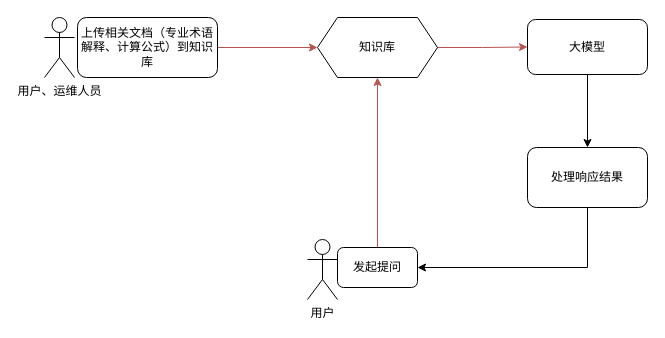
Earlier version of the draw.io diagram 基于知识库的提问流程优化.drawio (15973217290/my_rep01). Source tidied: cells renumbered, new cells numbered last; positions are measured from the earlier drawing's top-left corner, leaving out a move shared by most shapes. Both pictures are drawn from the tidied source at 100%, with x=0, y=0 at pixel (44, 17).
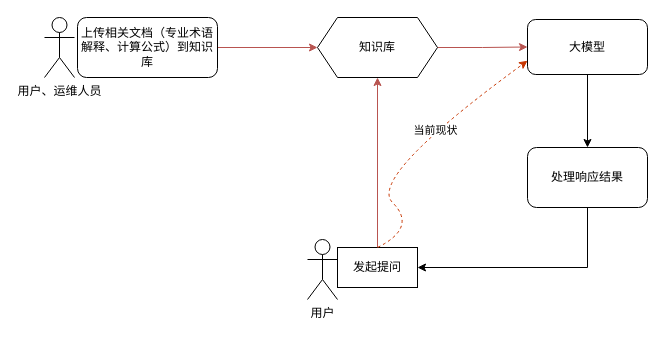
After the change.

Commit message (it also covers changes not shown here):
更新基于知识库的提问流程优化.drawio

What changed in the source:
```diff
@@
 <mxGraphModel>
   <root>
     <mxCell id="0" />
     <mxCell id="1" parent="0" />
     <mxCell id="2" style="edgeStyle=orthogonalEdgeStyle;rounded=0;jettySize=auto;html=1;exitX=1;exitY=0.5;exitDx=0;exitDy=0;entryX=0;entryY=0.5;entryDx=0;entryDy=0;fillColor=#f8cecc;strokeColor=#b85450;" parent="1" edge="1" source="3" target="8">
       <mxGeometry relative="1" as="geometry" />
     </mxCell>
     <mxCell id="3" value="上传相关文档（专业术语解释、计算公式）到知识库" style="rounded=1;whiteSpace=wrap;html=1;fontSize=12;glass=0;strokeWidth=1;shadow=0;" parent="1" vertex="1">
       <mxGeometry x="33" width="140" height="60" as="geometry" />
     </mxCell>
     <mxCell id="4" style="edgeStyle=orthogonalEdgeStyle;rounded=0;jettySize=auto;html=1;exitX=0.5;exitY=1;exitDx=0;exitDy=0;entryX=0.5;entryY=0;entryDx=0;entryDy=0;" parent="1" edge="1" source="5" target="13">
       <mxGeometry relative="1" as="geometry" />
     </mxCell>
     <mxCell id="5" value="大模型" style="rounded=1;whiteSpace=wrap;html=1;fontSize=12;glass=0;strokeWidth=1;shadow=0;" parent="1" vertex="1">
       <mxGeometry x="483" y="2" width="120" height="55" as="geometry" />
     </mxCell>
     <mxCell id="6" value="用户、运维人员" style="shape=umlActor;verticalLabelPosition=bottom;verticalAlign=top;html=1;" parent="1" vertex="1">
       <mxGeometry width="30" height="60" as="geometry" />
     </mxCell>
     <mxCell id="7" style="edgeStyle=orthogonalEdgeStyle;rounded=0;jettySize=auto;html=1;exitX=1;exitY=0.5;exitDx=0;exitDy=0;entryX=0;entryY=0.5;entryDx=0;entryDy=0;fillColor=#f8cecc;strokeColor=#b85450;" parent="1" edge="1" source="8" target="5">
       <mxGeometry relative="1" as="geometry" />
     </mxCell>
     <mxCell id="8" value="知识库" style="shape=hexagon;perimeter=hexagonPerimeter2;whiteSpace=wrap;html=1;fixedSize=1;" parent="1" vertex="1">
       <mxGeometry x="273" width="120" height="60" as="geometry" />
     </mxCell>
     <mxCell id="9" value="用户" style="shape=umlActor;verticalLabelPosition=bottom;verticalAlign=top;html=1;" parent="1" vertex="1">
       <mxGeometry x="263" y="222" width="30" height="60" as="geometry" />
     </mxCell>
     <mxCell id="10" style="edgeStyle=orthogonalEdgeStyle;rounded=0;jettySize=auto;html=1;exitX=0.5;exitY=0;exitDx=0;exitDy=0;entryX=0.5;entryY=1;entryDx=0;entryDy=0;fillColor=#f8cecc;strokeColor=#b85450;" parent="1" edge="1" source="11" target="8">
       <mxGeometry relative="1" as="geometry" />
     </mxCell>
-    <mxCell id="11" value="发起提问" style="rounded=1;whiteSpace=wrap;html=1;fontSize=12;glass=0;strokeWidth=1;shadow=0;" parent="1" vertex="1">
+    <mxCell id="11" value="发起提问" style="rounded=1;whiteSpace=wrap;html=1;fontSize=12;glass=0;strokeWidth=1;shadow=0;arcSize=0;" parent="1" vertex="1">
       <mxGeometry x="293" y="230" width="80" height="40" as="geometry" />
     </mxCell>
     <mxCell id="12" style="edgeStyle=orthogonalEdgeStyle;rounded=0;jettySize=auto;html=1;exitX=0.5;exitY=1;exitDx=0;exitDy=0;entryX=1;entryY=0.5;entryDx=0;entryDy=0;" parent="1" edge="1" source="13" target="11">
       <mxGeometry relative="1" as="geometry" />
     </mxCell>
     <mxCell id="13" value="处理响应结果" style="rounded=1;whiteSpace=wrap;html=1;" parent="1" vertex="1">
       <mxGeometry x="483" y="130" width="120" height="60" as="geometry" />
     </mxCell>
+    <mxCell id="14" style="curved=1;endArrow=classic;html=1;rounded=0;entryX=0;entryY=0.75;entryDx=0;entryDy=0;dashed=1;fillColor=#fa6800;strokeColor=#C73500;" parent="1" edge="1" target="5">
+      <mxGeometry relative="1" as="geometry">
+        <mxPoint x="333" y="230" as="sourcePoint" />
+        <Array as="points">
+          <mxPoint x="373" y="210" />
+          <mxPoint x="323" y="160" />
+        </Array>
+      </mxGeometry>
+    </mxCell>
+    <mxCell id="15" value="当前现状" style="edgeLabel;html=1;align=center;verticalAlign=middle;" parent="14" vertex="1">
+      <mxGeometry x="0.26" y="-1" relative="1" as="geometry" />
+    </mxCell>
   </root>
 </mxGraphModel>
```
